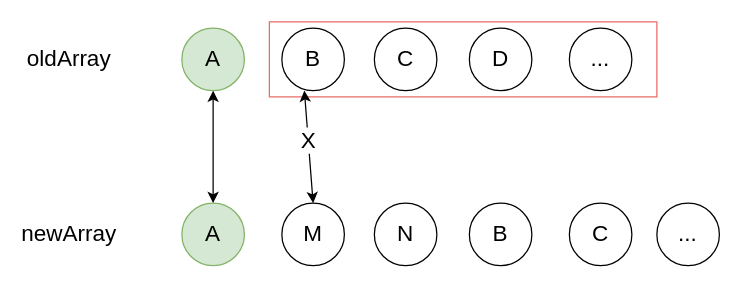
The draw.io diagram 差异算法问题.drawio in yuxinyu12345/diagrams, before the edit. Source tidied: cells renumbered, new cells numbered last; positions are measured from the earlier drawing's top-left corner, leaving out a move shared by most shapes. Both pictures are drawn from the tidied source at 125%, with x=0, y=0 at pixel (31, 21).
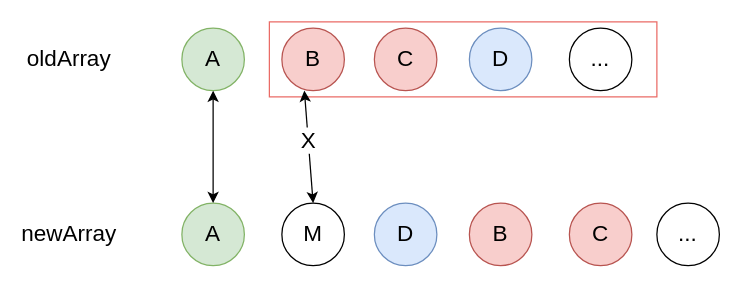
Above is the later version.

Commit message (it also covers changes not shown here):
更新差异算法问题.drawio

Change to the diagram source:
```diff
@@
 <mxGraphModel>
   <root>
     <mxCell id="0" />
     <mxCell id="1" parent="0" />
     <mxCell id="2" style="rounded=0;whiteSpace=wrap;html=1;strokeColor=#EA6B66;fontSize=18;" parent="1" vertex="1">
       <mxGeometry x="190" width="310" height="60" as="geometry" />
     </mxCell>
     <mxCell id="3" value="A" style="ellipse;whiteSpace=wrap;html=1;fillColor=#d5e8d4;strokeColor=#82b366;fontSize=18;" parent="1" vertex="1">
       <mxGeometry x="120" y="5" width="50" height="50" as="geometry" />
     </mxCell>
-    <mxCell id="4" value="B" style="ellipse;whiteSpace=wrap;html=1;fontSize=18;" parent="1" vertex="1">
+    <mxCell id="4" value="B" style="ellipse;whiteSpace=wrap;html=1;fontSize=18;fillColor=#f8cecc;strokeColor=#b85450;" parent="1" vertex="1">
       <mxGeometry x="200" y="5" width="50" height="50" as="geometry" />
     </mxCell>
-    <mxCell id="5" value="C" style="ellipse;whiteSpace=wrap;html=1;fontSize=18;" parent="1" vertex="1">
+    <mxCell id="5" value="C" style="ellipse;whiteSpace=wrap;html=1;fontSize=18;fillColor=#f8cecc;strokeColor=#b85450;" parent="1" vertex="1">
       <mxGeometry x="274" y="5" width="50" height="50" as="geometry" />
     </mxCell>
-    <mxCell id="6" value="D" style="ellipse;whiteSpace=wrap;html=1;fontSize=18;" parent="1" vertex="1">
+    <mxCell id="6" value="D" style="ellipse;whiteSpace=wrap;html=1;fontSize=18;fillColor=#dae8fc;strokeColor=#6c8ebf;" parent="1" vertex="1">
       <mxGeometry x="350" y="5" width="50" height="50" as="geometry" />
     </mxCell>
     <mxCell id="7" value="..." style="ellipse;whiteSpace=wrap;html=1;fontSize=18;" parent="1" vertex="1">
       <mxGeometry x="430" y="5" width="50" height="50" as="geometry" />
     </mxCell>
     <mxCell id="8" value="A" style="ellipse;whiteSpace=wrap;html=1;fillColor=#d5e8d4;strokeColor=#82b366;fontSize=18;" parent="1" vertex="1">
       <mxGeometry x="120" y="145" width="50" height="50" as="geometry" />
     </mxCell>
     <mxCell id="9" value="M" style="ellipse;whiteSpace=wrap;html=1;fontSize=18;" parent="1" vertex="1">
       <mxGeometry x="200" y="145" width="50" height="50" as="geometry" />
     </mxCell>
-    <mxCell id="10" value="N" style="ellipse;whiteSpace=wrap;html=1;fontSize=18;" parent="1" vertex="1">
+    <mxCell id="10" value="D" style="ellipse;whiteSpace=wrap;html=1;fontSize=18;fillColor=#dae8fc;strokeColor=#6c8ebf;" parent="1" vertex="1">
       <mxGeometry x="274" y="145" width="50" height="50" as="geometry" />
     </mxCell>
-    <mxCell id="11" value="B" style="ellipse;whiteSpace=wrap;html=1;fontSize=18;" parent="1" vertex="1">
+    <mxCell id="11" value="B" style="ellipse;whiteSpace=wrap;html=1;fontSize=18;fillColor=#f8cecc;strokeColor=#b85450;" parent="1" vertex="1">
       <mxGeometry x="350" y="145" width="50" height="50" as="geometry" />
     </mxCell>
-    <mxCell id="12" value="C" style="ellipse;whiteSpace=wrap;html=1;fontSize=18;" parent="1" vertex="1">
+    <mxCell id="12" value="C" style="ellipse;whiteSpace=wrap;html=1;fontSize=18;fillColor=#f8cecc;strokeColor=#b85450;" parent="1" vertex="1">
       <mxGeometry x="430" y="145" width="50" height="50" as="geometry" />
     </mxCell>
     <mxCell id="13" value="..." style="ellipse;whiteSpace=wrap;html=1;fontSize=18;" parent="1" vertex="1">
       <mxGeometry x="500" y="145" width="50" height="50" as="geometry" />
     </mxCell>
     <mxCell id="14" value="oldArray" style="text;html=1;align=center;verticalAlign=middle;whiteSpace=wrap;rounded=0;fontSize=18;" parent="1" vertex="1">
       <mxGeometry y="15" width="60" height="30" as="geometry" />
     </mxCell>
     <mxCell id="15" value="newArray" style="text;html=1;align=center;verticalAlign=middle;whiteSpace=wrap;rounded=0;fontSize=18;" parent="1" vertex="1">
       <mxGeometry y="155" width="60" height="30" as="geometry" />
     </mxCell>
     <mxCell id="16" style="endArrow=classic;startArrow=classic;html=1;rounded=0;entryX=0.5;entryY=1;entryDx=0;entryDy=0;exitX=0.5;exitY=0;exitDx=0;exitDy=0;fontSize=18;" parent="1" edge="1" source="8" target="3">
       <mxGeometry relative="1" as="geometry" />
     </mxCell>
     <mxCell id="17" style="endArrow=classic;startArrow=classic;html=1;rounded=0;entryX=0.36;entryY=1;entryDx=0;entryDy=0;exitX=0.5;exitY=0;exitDx=0;exitDy=0;entryPerimeter=0;fontSize=18;" parent="1" edge="1" source="9" target="4">
       <mxGeometry relative="1" as="geometry" />
     </mxCell>
     <mxCell id="18" value="X" style="edgeLabel;html=1;align=center;verticalAlign=middle;fontSize=18;" parent="17" vertex="1">
       <mxGeometry x="0.11" y="-2" relative="1" as="geometry">
         <mxPoint x="-3" as="offset" />
       </mxGeometry>
     </mxCell>
   </root>
 </mxGraphModel>
```
